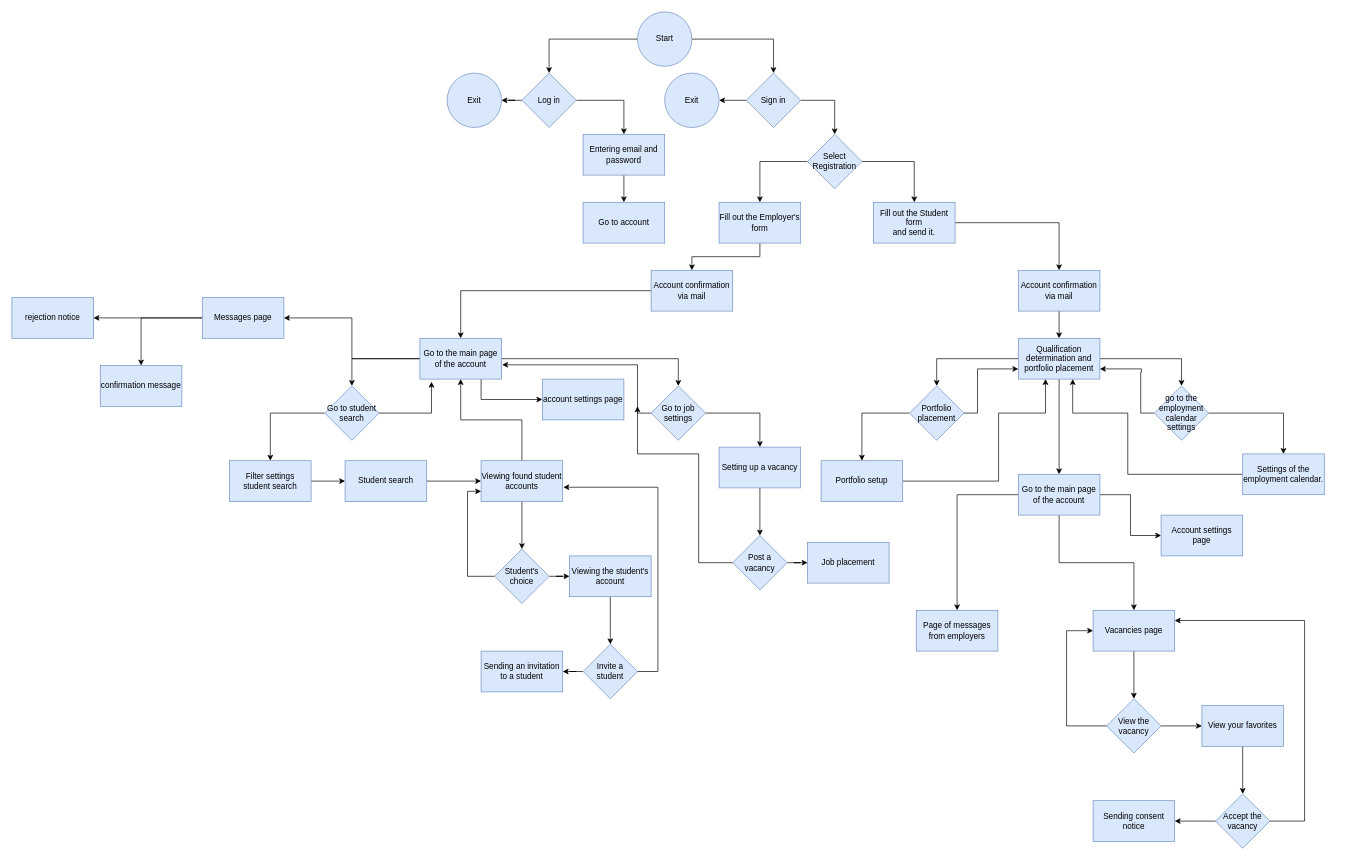
Before: Діаграма без назви.drawio in MaximKolody/MaximKolody1, a draw.io diagram. Source tidied: cells renumbered, new cells numbered last; positions are measured from the earlier drawing's top-left corner, leaving out a move shared by most shapes. Both pictures are drawn from the tidied source at 68%, with x=0, y=0 at pixel (12, 12).
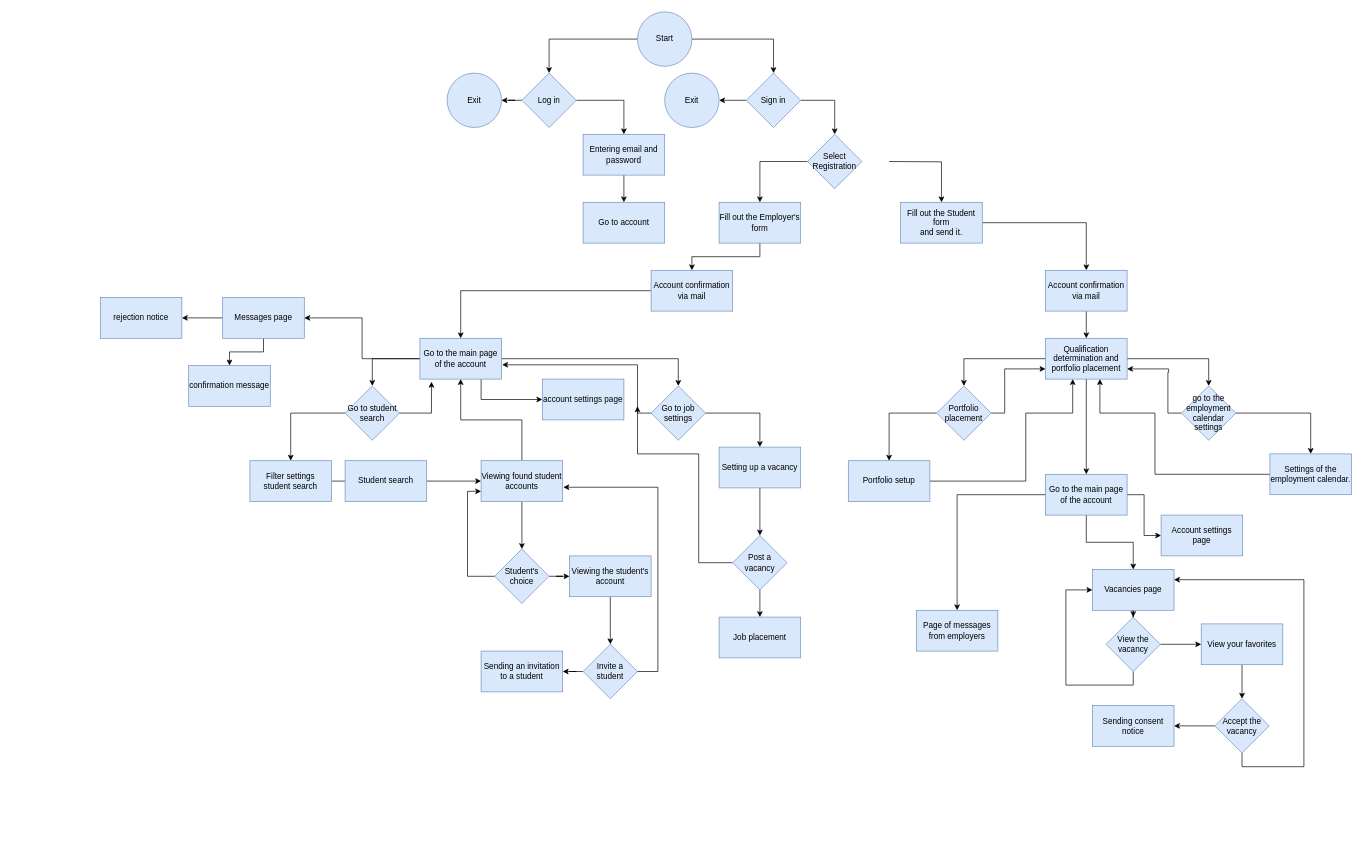
The same diagram, later.

Unchanged cells that the change refers to:
```xml
<mxCell id="14" value="Select Registration" style="rhombus;whiteSpace=wrap;html=1;fillColor=#dae8fc;strokeColor=#6c8ebf;" parent="1" vertex="1">
  <mxGeometry x="1170" y="180" width="80" height="80" as="geometry" />
</mxCell>
<mxCell id="74" value="Student search" style="whiteSpace=wrap;html=1;fillColor=#dae8fc;strokeColor=#6c8ebf;" parent="1" vertex="1">
  <mxGeometry x="490" y="660" width="120" height="60" as="geometry" />
</mxCell>
```

The edit, as a diff of the source:
```diff
@@
-    <mxCell id="13" style="edgeStyle=orthogonalEdgeStyle;rounded=0;jettySize=auto;html=1;" parent="1" edge="1" source="14" target="18">
-      <mxGeometry relative="1" as="geometry" />
+    <mxCell id="13" style="edgeStyle=orthogonalEdgeStyle;rounded=0;jettySize=auto;html=1;" parent="1" edge="1" target="18">
+      <mxGeometry relative="1" as="geometry">
+        <mxPoint x="1290" y="220" as="sourcePoint" />
+      </mxGeometry>
     </mxCell>
@@
     <mxCell id="18" value="&lt;div&gt;Fill out the Student form&lt;/div&gt;&lt;div&gt;and send it.&lt;/div&gt;" style="whiteSpace=wrap;html=1;fillColor=#dae8fc;strokeColor=#6c8ebf;" parent="1" vertex="1">
-      <mxGeometry x="1267" y="280" width="120" height="60" as="geometry" />
+      <mxGeometry x="1307" y="280" width="120" height="60" as="geometry" />
     </mxCell>
@@
     <mxCell id="20" value="Account confirmation via mail" style="whiteSpace=wrap;html=1;fillColor=#dae8fc;strokeColor=#6c8ebf;" parent="1" vertex="1">
-      <mxGeometry x="1480" y="380" width="120" height="60" as="geometry" />
+      <mxGeometry x="1520" y="380" width="120" height="60" as="geometry" />
     </mxCell>
@@
     <mxCell id="24" value="Qualification determination and portfolio placement" style="whiteSpace=wrap;html=1;fillColor=#dae8fc;strokeColor=#6c8ebf;" parent="1" vertex="1">
-      <mxGeometry x="1480" y="480" width="120" height="60" as="geometry" />
+      <mxGeometry x="1520" y="480" width="120" height="60" as="geometry" />
     </mxCell>
@@
     <mxCell id="26" style="edgeStyle=orthogonalEdgeStyle;rounded=0;jettySize=auto;html=1;entryX=0;entryY=0.75;entryDx=0;entryDy=0;" parent="1" edge="1" source="27" target="24">
       <mxGeometry relative="1" as="geometry">
         <Array as="points">
-          <mxPoint x="1420" y="590" />
-          <mxPoint x="1420" y="525" />
+          <mxPoint x="1460" y="590" />
+          <mxPoint x="1460" y="525" />
         </Array>
       </mxGeometry>
     </mxCell>
     <mxCell id="27" value="Portfolio placement" style="rhombus;whiteSpace=wrap;html=1;fillColor=#dae8fc;strokeColor=#6c8ebf;" parent="1" vertex="1">
-      <mxGeometry x="1320" y="550" width="80" height="80" as="geometry" />
+      <mxGeometry x="1360" y="550" width="80" height="80" as="geometry" />
     </mxCell>
@@
     <mxCell id="29" style="edgeStyle=orthogonalEdgeStyle;rounded=0;jettySize=auto;html=1;exitX=0;exitY=0.5;exitDx=0;exitDy=0;entryX=1;entryY=0.75;entryDx=0;entryDy=0;" parent="1" edge="1" source="30" target="24">
       <mxGeometry relative="1" as="geometry">
         <Array as="points">
-          <mxPoint x="1660" y="590" />
-          <mxPoint x="1660" y="530" />
-          <mxPoint x="1661" y="530" />
-          <mxPoint x="1661" y="525" />
+          <mxPoint x="1700" y="590" />
+          <mxPoint x="1700" y="530" />
+          <mxPoint x="1701" y="530" />
+          <mxPoint x="1701" y="525" />
         </Array>
       </mxGeometry>
     </mxCell>
     <mxCell id="30" value="go to the employment calendar settings" style="rhombus;whiteSpace=wrap;html=1;fillColor=#dae8fc;strokeColor=#6c8ebf;" parent="1" vertex="1">
-      <mxGeometry x="1680" y="550" width="80" height="80" as="geometry" />
+      <mxGeometry x="1720" y="550" width="80" height="80" as="geometry" />
     </mxCell>
     <mxCell id="31" style="edgeStyle=orthogonalEdgeStyle;rounded=0;jettySize=auto;html=1;" parent="1" edge="1" source="32" target="24">
       <mxGeometry relative="1" as="geometry">
         <Array as="points">
-          <mxPoint x="1641" y="680" />
-          <mxPoint x="1641" y="590" />
-          <mxPoint x="1560" y="590" />
+          <mxPoint x="1681" y="680" />
+          <mxPoint x="1681" y="590" />
+          <mxPoint x="1600" y="590" />
         </Array>
       </mxGeometry>
     </mxCell>
     <mxCell id="32" value="Settings of the employment calendar." style="whiteSpace=wrap;html=1;fillColor=#dae8fc;strokeColor=#6c8ebf;" parent="1" vertex="1">
-      <mxGeometry x="1810" y="650" width="120" height="60" as="geometry" />
+      <mxGeometry x="1850" y="650" width="120" height="60" as="geometry" />
     </mxCell>
@@
     <mxCell id="36" value="Go to the main page of the account" style="whiteSpace=wrap;html=1;fillColor=#dae8fc;strokeColor=#6c8ebf;" parent="1" vertex="1">
-      <mxGeometry x="1480" y="680" width="120" height="60" as="geometry" />
+      <mxGeometry x="1520" y="680" width="120" height="60" as="geometry" />
     </mxCell>
     <mxCell id="37" style="edgeStyle=orthogonalEdgeStyle;rounded=0;jettySize=auto;html=1;exitX=1;exitY=0.5;exitDx=0;exitDy=0;" parent="1" edge="1" source="38">
       <mxGeometry relative="1" as="geometry">
-        <mxPoint x="1520" y="540" as="targetPoint" />
+        <mxPoint x="1560" y="540" as="targetPoint" />
         <Array as="points">
-          <mxPoint x="1451" y="690" />
-          <mxPoint x="1451" y="590" />
-          <mxPoint x="1520" y="590" />
+          <mxPoint x="1491" y="690" />
+          <mxPoint x="1491" y="590" />
+          <mxPoint x="1560" y="590" />
         </Array>
       </mxGeometry>
     </mxCell>
     <mxCell id="38" value="Portfolio setup" style="whiteSpace=wrap;html=1;fillColor=#dae8fc;strokeColor=#6c8ebf;" parent="1" vertex="1">
-      <mxGeometry x="1190" y="660" width="120" height="60" as="geometry" />
+      <mxGeometry x="1230" y="660" width="120" height="60" as="geometry" />
     </mxCell>
@@
     <mxCell id="41" value="Vacancies page" style="whiteSpace=wrap;html=1;fillColor=#dae8fc;strokeColor=#6c8ebf;" parent="1" vertex="1">
-      <mxGeometry x="1590" y="880" width="120" height="60" as="geometry" />
+      <mxGeometry x="1589" y="820" width="120" height="60" as="geometry" />
     </mxCell>
@@
     <mxCell id="44" style="edgeStyle=orthogonalEdgeStyle;rounded=0;jettySize=auto;html=1;entryX=0;entryY=0.5;entryDx=0;entryDy=0;" parent="1" edge="1" source="45" target="41">
       <mxGeometry relative="1" as="geometry">
         <Array as="points">
-          <mxPoint x="1551" y="1050" />
-          <mxPoint x="1551" y="910" />
+          <mxPoint x="1550" y="990" />
+          <mxPoint x="1550" y="850" />
         </Array>
       </mxGeometry>
     </mxCell>
     <mxCell id="45" value="View the vacancy" style="rhombus;whiteSpace=wrap;html=1;fillColor=#dae8fc;strokeColor=#6c8ebf;" parent="1" vertex="1">
-      <mxGeometry x="1610" y="1010" width="80" height="80" as="geometry" />
+      <mxGeometry x="1609" y="890" width="80" height="80" as="geometry" />
     </mxCell>
@@
     <mxCell id="47" value="View your favorites" style="whiteSpace=wrap;html=1;fillColor=#dae8fc;strokeColor=#6c8ebf;" parent="1" vertex="1">
-      <mxGeometry x="1750" y="1020" width="120" height="60" as="geometry" />
+      <mxGeometry x="1749" y="900" width="120" height="60" as="geometry" />
     </mxCell>
@@
     <mxCell id="49" style="edgeStyle=orthogonalEdgeStyle;rounded=0;jettySize=auto;html=1;entryX=1;entryY=0.25;entryDx=0;entryDy=0;" parent="1" edge="1" source="50" target="41">
       <mxGeometry relative="1" as="geometry">
         <Array as="points">
-          <mxPoint x="1901" y="1190" />
-          <mxPoint x="1901" y="895" />
+          <mxPoint x="1809" y="1110" />
+          <mxPoint x="1900" y="1110" />
+          <mxPoint x="1900" y="835" />
         </Array>
       </mxGeometry>
     </mxCell>
     <mxCell id="50" value="Accept the vacancy" style="rhombus;whiteSpace=wrap;html=1;fillColor=#dae8fc;strokeColor=#6c8ebf;" parent="1" vertex="1">
-      <mxGeometry x="1770" y="1150" width="80" height="80" as="geometry" />
+      <mxGeometry x="1769" y="1010" width="80" height="80" as="geometry" />
     </mxCell>
     <mxCell id="51" value="Sending consent notice" style="whiteSpace=wrap;html=1;fillColor=#dae8fc;strokeColor=#6c8ebf;" parent="1" vertex="1">
-      <mxGeometry x="1590" y="1160" width="120" height="60" as="geometry" />
+      <mxGeometry x="1589" y="1020" width="120" height="60" as="geometry" />
     </mxCell>
@@
     <mxCell id="64" value="Go to student search" style="rhombus;whiteSpace=wrap;html=1;fillColor=#dae8fc;strokeColor=#6c8ebf;" parent="1" vertex="1">
-      <mxGeometry x="460" y="550" width="80" height="80" as="geometry" />
+      <mxGeometry x="490" y="550" width="80" height="80" as="geometry" />
     </mxCell>
@@
     <mxCell id="68" value="Messages page" style="whiteSpace=wrap;html=1;fillColor=#dae8fc;strokeColor=#6c8ebf;" parent="1" vertex="1">
-      <mxGeometry x="280" y="420" width="120" height="60" as="geometry" />
+      <mxGeometry x="310" y="420" width="120" height="60" as="geometry" />
     </mxCell>
     <mxCell id="69" value="confirmation message" style="whiteSpace=wrap;html=1;fillColor=#dae8fc;strokeColor=#6c8ebf;" parent="1" vertex="1">
-      <mxGeometry x="130" y="520" width="120" height="60" as="geometry" />
+      <mxGeometry x="260" y="520" width="120" height="60" as="geometry" />
     </mxCell>
     <mxCell id="70" value="rejection notice" style="whiteSpace=wrap;html=1;fillColor=#dae8fc;strokeColor=#6c8ebf;" parent="1" vertex="1">
-      <mxGeometry y="420" width="120" height="60" as="geometry" />
+      <mxGeometry x="130" y="420" width="120" height="60" as="geometry" />
     </mxCell>
-    <mxCell id="71" style="edgeStyle=orthogonalEdgeStyle;rounded=0;jettySize=auto;html=1;" parent="1" edge="1" source="72" target="74">
-      <mxGeometry relative="1" as="geometry" />
+    <mxCell id="71" style="edgeStyle=orthogonalEdgeStyle;rounded=0;jettySize=auto;html=1;" parent="1" edge="1" source="72">
+      <mxGeometry relative="1" as="geometry">
+        <mxPoint x="520" y="690" as="targetPoint" />
+      </mxGeometry>
     </mxCell>
     <mxCell id="72" value="&lt;div&gt;Filter settings&lt;/div&gt;&lt;div&gt;student search&lt;/div&gt;" style="whiteSpace=wrap;html=1;fillColor=#dae8fc;strokeColor=#6c8ebf;" parent="1" vertex="1">
-      <mxGeometry x="320" y="660" width="120" height="60" as="geometry" />
+      <mxGeometry x="350" y="660" width="120" height="60" as="geometry" />
     </mxCell>
@@
     <mxCell id="96" value="Job placement" style="whiteSpace=wrap;html=1;fillColor=#dae8fc;strokeColor=#6c8ebf;" parent="1" vertex="1">
-      <mxGeometry x="1170" y="780" width="120" height="60" as="geometry" />
+      <mxGeometry x="1040" y="890" width="120" height="60" as="geometry" />
     </mxCell>
```
